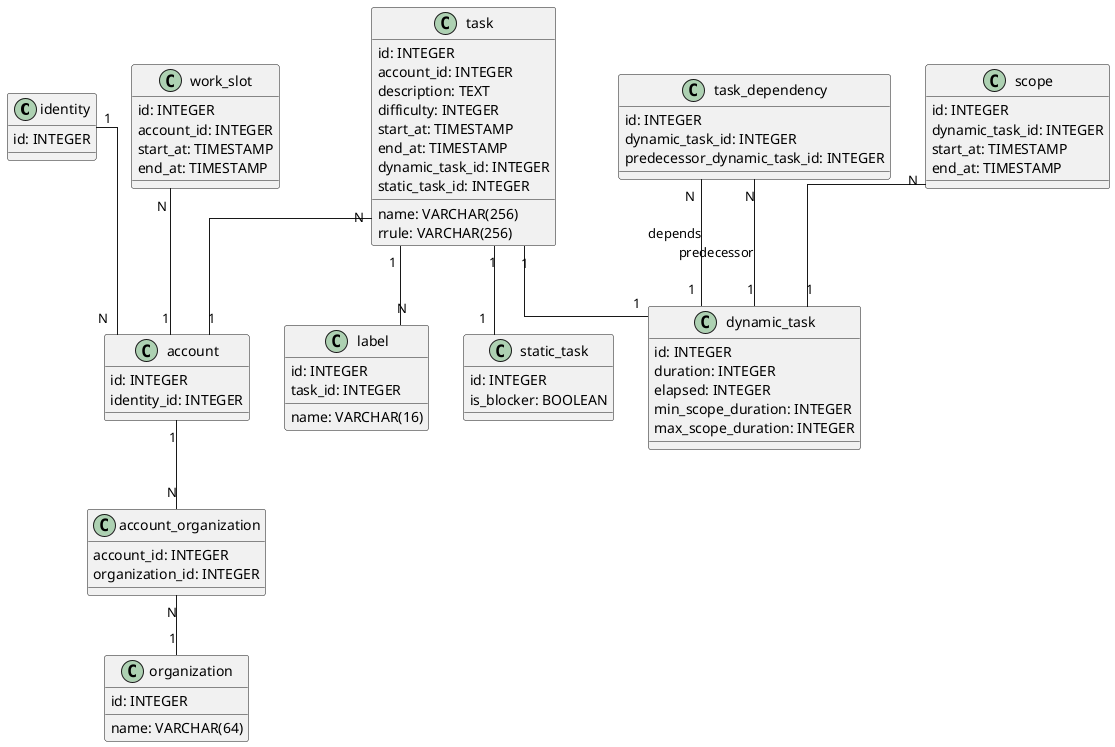
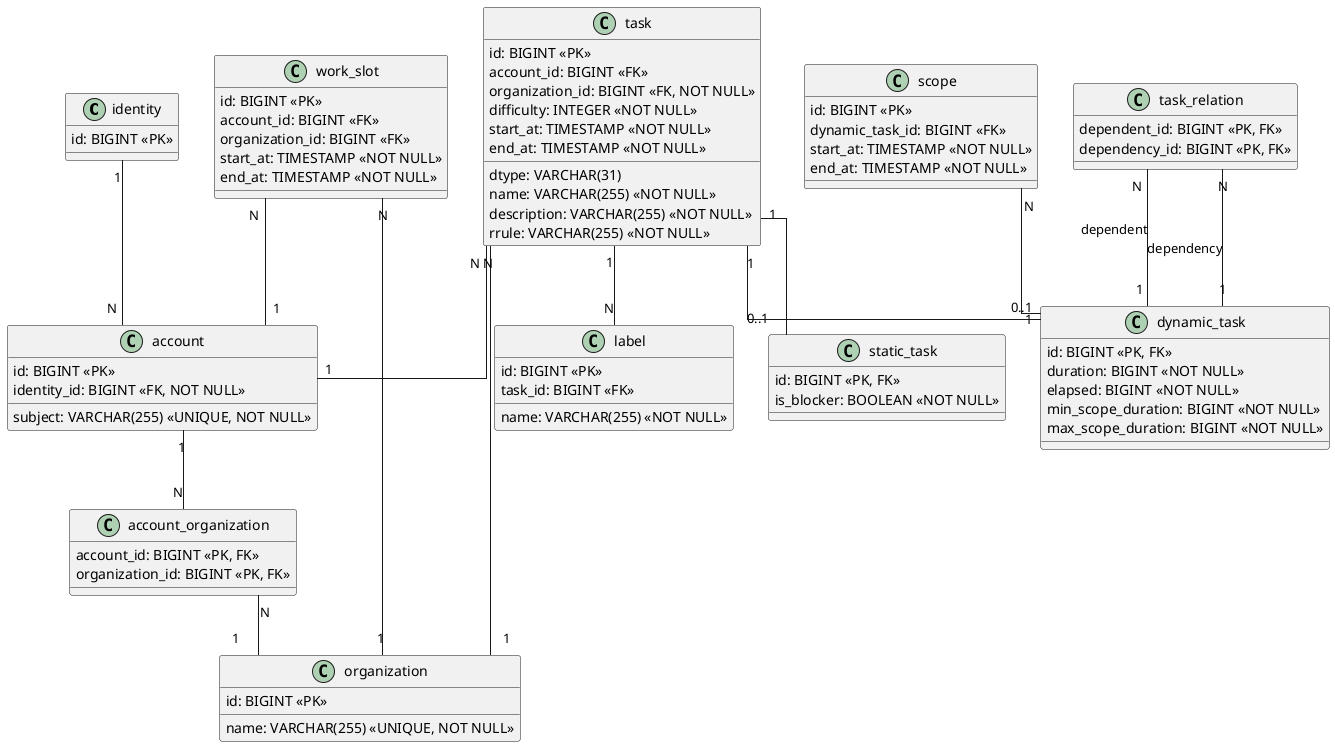
@startuml
skinparam classAttributeIconSize 0
skinparam linetype ortho

class identity {
-     id: INTEGER
+     id: BIGINT <<PK>>
}

class account {
-     id: INTEGER
-     identity_id: INTEGER
+     id: BIGINT <<PK>>
+     subject: VARCHAR(255) <<UNIQUE, NOT NULL>>
+     identity_id: BIGINT <<FK, NOT NULL>>
}

class organization {
-     id: INTEGER
-     name: VARCHAR(64)
+     id: BIGINT <<PK>>
+     name: VARCHAR(255) <<UNIQUE, NOT NULL>>
}

class account_organization {
-     account_id: INTEGER
-     organization_id: INTEGER
+     account_id: BIGINT <<PK, FK>>
+     organization_id: BIGINT <<PK, FK>>
}

class work_slot {
-     id: INTEGER
-     account_id: INTEGER
-     start_at: TIMESTAMP
-     end_at: TIMESTAMP
+     id: BIGINT <<PK>>
+     account_id: BIGINT <<FK>>
+     organization_id: BIGINT <<FK>>
+     start_at: TIMESTAMP <<NOT NULL>>
+     end_at: TIMESTAMP <<NOT NULL>>
}

class task {
-     id: INTEGER
-     account_id: INTEGER
-     name: VARCHAR(256)
-     description: TEXT
-     difficulty: INTEGER
-     start_at: TIMESTAMP
-     end_at: TIMESTAMP
-     dynamic_task_id: INTEGER
-     static_task_id: INTEGER
-     rrule: VARCHAR(256)
+     id: BIGINT <<PK>>
+     dtype: VARCHAR(31)
+     account_id: BIGINT <<FK>>
+     organization_id: BIGINT <<FK, NOT NULL>>
+     name: VARCHAR(255) <<NOT NULL>>
+     description: VARCHAR(255) <<NOT NULL>>
+     difficulty: INTEGER <<NOT NULL>>
+     start_at: TIMESTAMP <<NOT NULL>>
+     end_at: TIMESTAMP <<NOT NULL>>
+     rrule: VARCHAR(255) <<NOT NULL>>
}

class label {
-     id: INTEGER
-     task_id: INTEGER
-     name: VARCHAR(16)
+     id: BIGINT <<PK>>
+     task_id: BIGINT <<FK>>
+     name: VARCHAR(255) <<NOT NULL>>
}

class dynamic_task {
-   id: INTEGER
-   duration: INTEGER
-   elapsed: INTEGER
-   min_scope_duration: INTEGER
-   max_scope_duration: INTEGER
+   id: BIGINT <<PK, FK>>
+   duration: BIGINT <<NOT NULL>>
+   elapsed: BIGINT <<NOT NULL>>
+   min_scope_duration: BIGINT <<NOT NULL>>
+   max_scope_duration: BIGINT <<NOT NULL>>
}

class static_task {
-     id: INTEGER
-     is_blocker: BOOLEAN
+     id: BIGINT <<PK, FK>>
+     is_blocker: BOOLEAN <<NOT NULL>>
}

- class task_dependency {
-     id: INTEGER
-     dynamic_task_id: INTEGER
-     predecessor_dynamic_task_id: INTEGER
+ class task_relation {
+     dependent_id: BIGINT <<PK, FK>>
+     dependency_id: BIGINT <<PK, FK>>
}

class scope {
-     id: INTEGER
-     dynamic_task_id: INTEGER
-     start_at: TIMESTAMP
-     end_at: TIMESTAMP
+     id: BIGINT <<PK>>
+     dynamic_task_id: BIGINT <<FK>>
+     start_at: TIMESTAMP <<NOT NULL>>
+     end_at: TIMESTAMP <<NOT NULL>>
}

task "1" -- "N" label
identity "1" -- "N" account
account "1" -- "N" account_organization
account_organization "N" -- "1" organization
work_slot "N" -- "1" account
+ work_slot "N" -- "1" organization
task "N" -- "1" account
+ task "N" -- "1" organization
scope "N" -- "1" dynamic_task
- task_dependency "N" -- "1" dynamic_task : depends
- task_dependency "N" -- "1" dynamic_task : predecessor
+ task_relation "N" -- "1" dynamic_task : dependent
+ task_relation "N" -- "1" dynamic_task : dependency

- task "1" -- "1" static_task
- task "1" -- "1" dynamic_task
+ task "1" -- "0..1" static_task
+ task "1" -- "0..1" dynamic_task

@enduml
